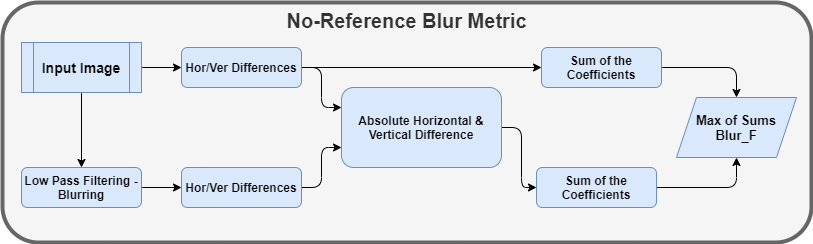
Above: Draw/SystemFlowDiagram-No-Reference Blur Metric.png in tsakalifas79/Thesis (draw.io), before the change. Source tidied: cells renumbered, new cells last; positions are measured from the earlier drawing's top-left corner, leaving out a move shared by most shapes.
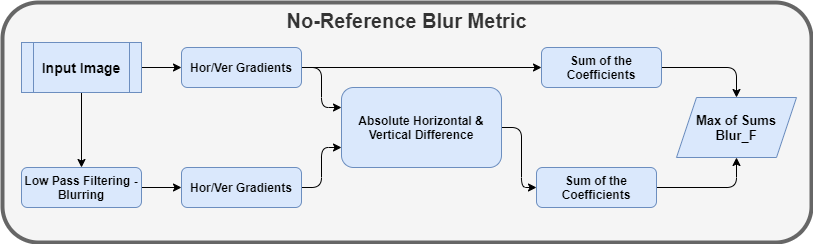
After the commit.

Diff of the diagram source:
```diff
@@ -26,13 +26,13 @@
     <mxCell id="9" style="edgeStyle=orthogonalEdgeStyle;rounded=1;jettySize=auto;html=1;exitX=1;exitY=0.5;exitDx=0;exitDy=0;entryX=0;entryY=0.5;entryDx=0;entryDy=0;" parent="1" edge="1" source="10" target="16">
       <mxGeometry relative="1" as="geometry" />
     </mxCell>
-    <mxCell id="10" value="&lt;b&gt;&lt;span class=&quot;ILfuVd&quot;&gt;&lt;span class=&quot;hgKElc&quot;&gt;&lt;b&gt;Hor/Ver Differences&lt;/b&gt;&lt;/span&gt;&lt;/span&gt;&lt;/b&gt;" style="rounded=1;whiteSpace=wrap;html=1;fontSize=12;glass=0;strokeWidth=1;shadow=0;fillColor=#dae8fc;strokeColor=#6c8ebf;" parent="1" vertex="1">
+    <mxCell id="10" value="&lt;b&gt;&lt;span class=&quot;ILfuVd&quot;&gt;&lt;span class=&quot;hgKElc&quot;&gt;&lt;b&gt;Hor/Ver Gradients&lt;/b&gt;&lt;/span&gt;&lt;/span&gt;&lt;/b&gt;" style="rounded=1;whiteSpace=wrap;html=1;fontSize=12;glass=0;strokeWidth=1;shadow=0;fillColor=#dae8fc;strokeColor=#6c8ebf;" parent="1" vertex="1">
       <mxGeometry x="179" y="45" width="120" height="40" as="geometry" />
     </mxCell>
     <mxCell id="11" style="edgeStyle=orthogonalEdgeStyle;rounded=1;jettySize=auto;html=1;exitX=1;exitY=0.5;exitDx=0;exitDy=0;entryX=0;entryY=0.75;entryDx=0;entryDy=0;" parent="1" edge="1" source="12" target="14">
       <mxGeometry relative="1" as="geometry" />
     </mxCell>
-    <mxCell id="12" value="&lt;b&gt;&lt;span class=&quot;ILfuVd&quot;&gt;&lt;span class=&quot;hgKElc&quot;&gt;&lt;b&gt;Hor/Ver Differences&lt;/b&gt;&lt;/span&gt;&lt;/span&gt;&lt;/b&gt;" style="rounded=1;whiteSpace=wrap;html=1;fontSize=12;glass=0;strokeWidth=1;shadow=0;fillColor=#dae8fc;strokeColor=#6c8ebf;" parent="1" vertex="1">
+    <mxCell id="12" value="&lt;b&gt;&lt;span class=&quot;ILfuVd&quot;&gt;&lt;span class=&quot;hgKElc&quot;&gt;&lt;b&gt;Hor/Ver&amp;nbsp;&lt;/b&gt;&lt;/span&gt;&lt;/span&gt;&lt;/b&gt;&lt;b&gt;&lt;span class=&quot;ILfuVd&quot;&gt;&lt;span class=&quot;hgKElc&quot;&gt;&lt;b&gt;Gradients&lt;/b&gt;&lt;/span&gt;&lt;/span&gt;&lt;/b&gt;" style="rounded=1;whiteSpace=wrap;html=1;fontSize=12;glass=0;strokeWidth=1;shadow=0;fillColor=#dae8fc;strokeColor=#6c8ebf;" parent="1" vertex="1">
       <mxGeometry x="179" y="165" width="120" height="40" as="geometry" />
     </mxCell>
     <mxCell id="13" style="edgeStyle=orthogonalEdgeStyle;rounded=1;jettySize=auto;html=1;exitX=1;exitY=0.5;exitDx=0;exitDy=0;entryX=0;entryY=0.5;entryDx=0;entryDy=0;" parent="1" edge="1" source="14" target="18">
```
